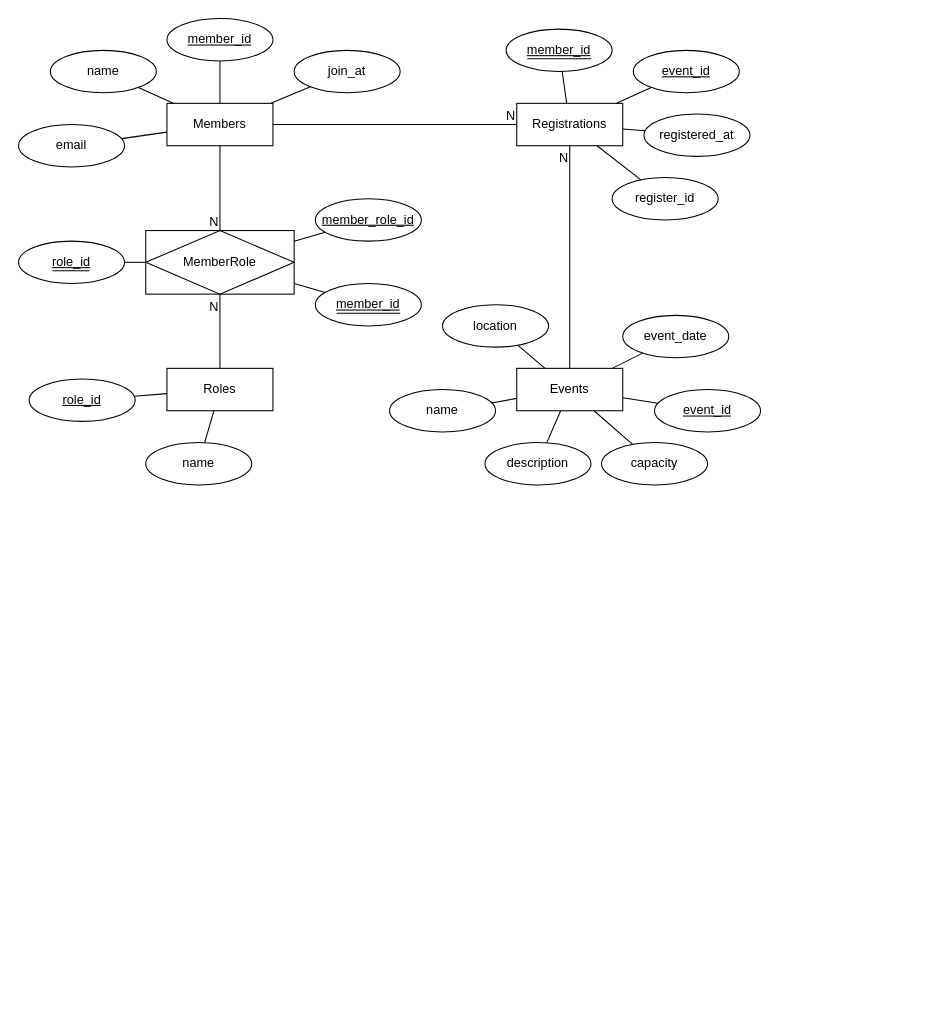
This is kelas teori/TugasAkhir.drawio from hasbisdqi/manajemen-basis-data, a draw.io file, before an edit. Source tidied: cells renumbered, new cells numbered last; positions are measured from the earlier drawing's top-left corner, leaving out a move shared by most shapes. Both pictures are drawn from the tidied source at 106%, with x=0, y=0 at pixel (18, 18).
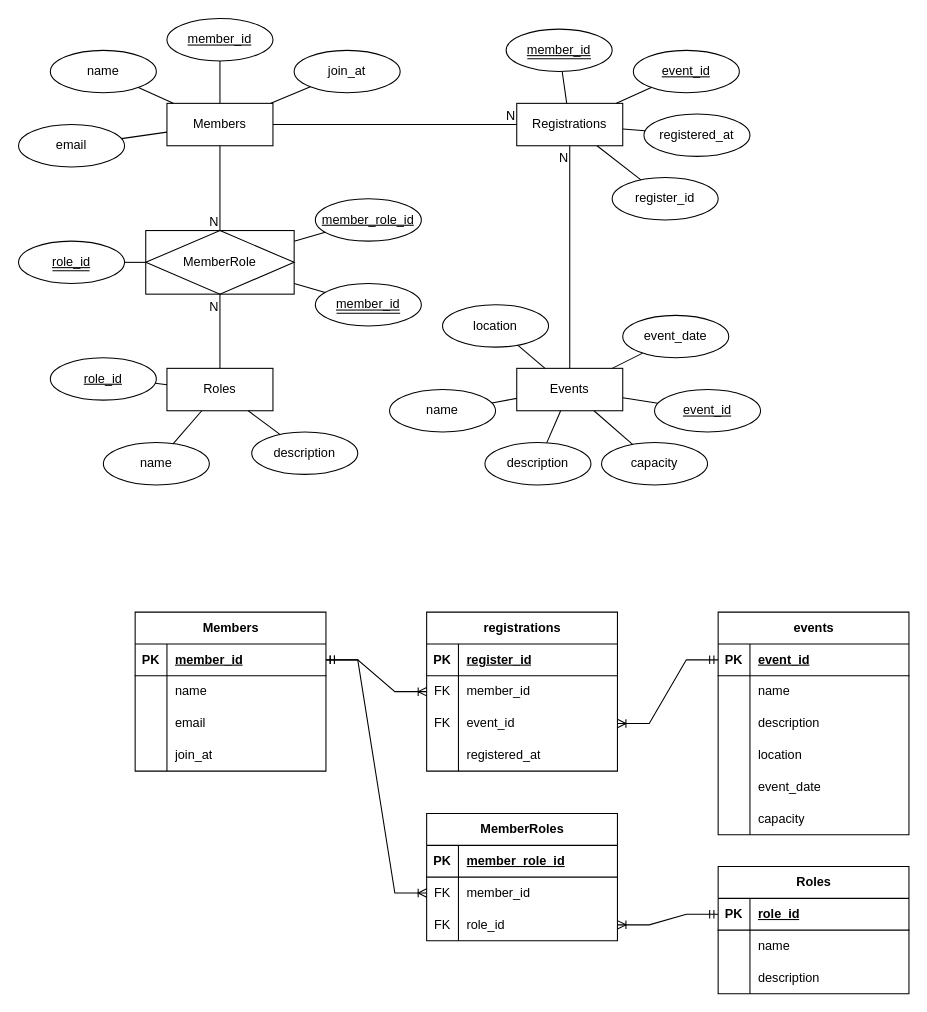
The same page after the edit.

Unchanged cells that the change refers to:
```xml
<mxCell id="4" value="Roles" style="whiteSpace=wrap;html=1;align=center;" parent="1" vertex="1">
  <mxGeometry x="140" y="330" width="100" height="40" as="geometry" />
</mxCell>
```

What changed in the source:
```diff
@@
     <mxCell id="22" value="name" style="ellipse;whiteSpace=wrap;html=1;align=center;" parent="1" vertex="1">
-      <mxGeometry x="120" y="400" width="100" height="40" as="geometry" />
+      <mxGeometry x="80" y="400" width="100" height="40" as="geometry" />
     </mxCell>
     <mxCell id="23" value="&lt;u&gt;role_id&lt;/u&gt;" style="ellipse;whiteSpace=wrap;html=1;align=center;" parent="1" vertex="1">
-      <mxGeometry x="10" y="340" width="100" height="40" as="geometry" />
+      <mxGeometry x="30" y="320" width="100" height="40" as="geometry" />
     </mxCell>
@@
+    <mxCell id="57" value="Members" style="shape=table;startSize=30;childLayout=tableLayout;rowLines=0;fontStyle=1;align=center;html=1;" parent="1" vertex="1">
+      <mxGeometry x="110" y="560" width="180" height="150" as="geometry" />
+    </mxCell>
+    <mxCell id="58" style="shape=tableRow;horizontal=0;startSize=0;swimlaneHead=0;swimlaneBody=0;fillColor=none;points=[[0,0.5],[1,0.5]];portConstraint=eastwest;top=0;left=0;right=0;bottom=1;" parent="57" vertex="1">
+      <mxGeometry y="30" width="180" height="30" as="geometry" />
+    </mxCell>
+    <mxCell id="59" value="PK" style="shape=partialRectangle;fillColor=none;top=0;left=0;bottom=0;right=0;fontStyle=1;overflow=hidden;whiteSpace=wrap;html=1;" parent="58" vertex="1">
+      <mxGeometry width="30" height="30" as="geometry" />
+    </mxCell>
+    <mxCell id="60" value="member_id" style="shape=partialRectangle;fillColor=none;top=0;left=0;bottom=0;right=0;align=left;spacingLeft=6;fontStyle=5;overflow=hidden;whiteSpace=wrap;html=1;" parent="58" vertex="1">
+      <mxGeometry x="30" width="150" height="30" as="geometry" />
+    </mxCell>
+    <mxCell id="61" style="shape=tableRow;horizontal=0;startSize=0;swimlaneHead=0;swimlaneBody=0;fillColor=none;top=0;left=0;right=0;bottom=0;" parent="57" vertex="1">
+      <mxGeometry y="60" width="180" height="30" as="geometry" />
+    </mxCell>
+    <mxCell id="62" style="shape=partialRectangle;fillColor=none;top=0;left=0;bottom=0;right=0;overflow=hidden;whiteSpace=wrap;html=1;" parent="61" vertex="1">
+      <mxGeometry width="30" height="30" as="geometry" />
+    </mxCell>
+    <mxCell id="63" value="name" style="shape=partialRectangle;fillColor=none;top=0;left=0;bottom=0;right=0;align=left;spacingLeft=6;overflow=hidden;whiteSpace=wrap;html=1;" parent="61" vertex="1">
+      <mxGeometry x="30" width="150" height="30" as="geometry" />
+    </mxCell>
+    <mxCell id="64" style="shape=tableRow;horizontal=0;startSize=0;swimlaneHead=0;swimlaneBody=0;fillColor=none;top=0;left=0;right=0;bottom=0;" parent="57" vertex="1">
+      <mxGeometry y="90" width="180" height="30" as="geometry" />
+    </mxCell>
+    <mxCell id="65" style="shape=partialRectangle;fillColor=none;top=0;left=0;bottom=0;right=0;overflow=hidden;whiteSpace=wrap;html=1;" parent="64" vertex="1">
+      <mxGeometry width="30" height="30" as="geometry" />
+    </mxCell>
+    <mxCell id="66" value="email" style="shape=partialRectangle;fillColor=none;top=0;left=0;bottom=0;right=0;align=left;spacingLeft=6;overflow=hidden;whiteSpace=wrap;html=1;" parent="64" vertex="1">
+      <mxGeometry x="30" width="150" height="30" as="geometry" />
+    </mxCell>
+    <mxCell id="67" style="shape=tableRow;horizontal=0;startSize=0;swimlaneHead=0;swimlaneBody=0;fillColor=none;top=0;left=0;right=0;bottom=0;" parent="57" vertex="1">
+      <mxGeometry y="120" width="180" height="30" as="geometry" />
+    </mxCell>
+    <mxCell id="68" style="shape=partialRectangle;fillColor=none;top=0;left=0;bottom=0;right=0;overflow=hidden;whiteSpace=wrap;html=1;" parent="67" vertex="1">
+      <mxGeometry width="30" height="30" as="geometry" />
+    </mxCell>
+    <mxCell id="69" value="join_at" style="shape=partialRectangle;fillColor=none;top=0;left=0;bottom=0;right=0;align=left;spacingLeft=6;overflow=hidden;whiteSpace=wrap;html=1;" parent="67" vertex="1">
+      <mxGeometry x="30" width="150" height="30" as="geometry" />
+    </mxCell>
+    <mxCell id="70" value="events" style="shape=table;startSize=30;childLayout=tableLayout;rowLines=0;fontStyle=1;align=center;html=1;" parent="1" vertex="1">
+      <mxGeometry x="660" y="560" width="180" height="210" as="geometry" />
+    </mxCell>
+    <mxCell id="71" style="shape=tableRow;horizontal=0;startSize=0;swimlaneHead=0;swimlaneBody=0;fillColor=none;points=[[0,0.5],[1,0.5]];portConstraint=eastwest;top=0;left=0;right=0;bottom=1;" parent="70" vertex="1">
+      <mxGeometry y="30" width="180" height="30" as="geometry" />
+    </mxCell>
+    <mxCell id="72" value="PK" style="shape=partialRectangle;fillColor=none;top=0;left=0;bottom=0;right=0;fontStyle=1;overflow=hidden;whiteSpace=wrap;html=1;" parent="71" vertex="1">
+      <mxGeometry width="30" height="30" as="geometry" />
+    </mxCell>
+    <mxCell id="73" value="event_id" style="shape=partialRectangle;fillColor=none;top=0;left=0;bottom=0;right=0;align=left;spacingLeft=6;fontStyle=5;overflow=hidden;whiteSpace=wrap;html=1;" parent="71" vertex="1">
+      <mxGeometry x="30" width="150" height="30" as="geometry" />
+    </mxCell>
+    <mxCell id="74" style="shape=tableRow;horizontal=0;startSize=0;swimlaneHead=0;swimlaneBody=0;fillColor=none;top=0;left=0;right=0;bottom=0;" parent="70" vertex="1">
+      <mxGeometry y="60" width="180" height="30" as="geometry" />
+    </mxCell>
+    <mxCell id="75" style="shape=partialRectangle;fillColor=none;top=0;left=0;bottom=0;right=0;overflow=hidden;whiteSpace=wrap;html=1;" parent="74" vertex="1">
+      <mxGeometry width="30" height="30" as="geometry" />
+    </mxCell>
+    <mxCell id="76" value="name" style="shape=partialRectangle;fillColor=none;top=0;left=0;bottom=0;right=0;align=left;spacingLeft=6;overflow=hidden;whiteSpace=wrap;html=1;" parent="74" vertex="1">
+      <mxGeometry x="30" width="150" height="30" as="geometry" />
+    </mxCell>
+    <mxCell id="77" style="shape=tableRow;horizontal=0;startSize=0;swimlaneHead=0;swimlaneBody=0;fillColor=none;top=0;left=0;right=0;bottom=0;" parent="70" vertex="1">
+      <mxGeometry y="90" width="180" height="30" as="geometry" />
+    </mxCell>
+    <mxCell id="78" style="shape=partialRectangle;fillColor=none;top=0;left=0;bottom=0;right=0;overflow=hidden;whiteSpace=wrap;html=1;" parent="77" vertex="1">
+      <mxGeometry width="30" height="30" as="geometry" />
+    </mxCell>
+    <mxCell id="79" value="description" style="shape=partialRectangle;fillColor=none;top=0;left=0;bottom=0;right=0;align=left;spacingLeft=6;overflow=hidden;whiteSpace=wrap;html=1;" parent="77" vertex="1">
+      <mxGeometry x="30" width="150" height="30" as="geometry" />
+    </mxCell>
+    <mxCell id="80" style="shape=tableRow;horizontal=0;startSize=0;swimlaneHead=0;swimlaneBody=0;fillColor=none;top=0;left=0;right=0;bottom=0;" parent="70" vertex="1">
+      <mxGeometry y="120" width="180" height="30" as="geometry" />
+    </mxCell>
+    <mxCell id="81" style="shape=partialRectangle;fillColor=none;top=0;left=0;bottom=0;right=0;overflow=hidden;whiteSpace=wrap;html=1;" parent="80" vertex="1">
+      <mxGeometry width="30" height="30" as="geometry" />
+    </mxCell>
+    <mxCell id="82" value="location" style="shape=partialRectangle;fillColor=none;top=0;left=0;bottom=0;right=0;align=left;spacingLeft=6;overflow=hidden;whiteSpace=wrap;html=1;" parent="80" vertex="1">
+      <mxGeometry x="30" width="150" height="30" as="geometry" />
+    </mxCell>
+    <mxCell id="83" style="shape=tableRow;horizontal=0;startSize=0;swimlaneHead=0;swimlaneBody=0;fillColor=none;top=0;left=0;right=0;bottom=0;" parent="70" vertex="1">
+      <mxGeometry y="150" width="180" height="30" as="geometry" />
+    </mxCell>
+    <mxCell id="84" style="shape=partialRectangle;fillColor=none;top=0;left=0;bottom=0;right=0;overflow=hidden;whiteSpace=wrap;html=1;" parent="83" vertex="1">
+      <mxGeometry width="30" height="30" as="geometry" />
+    </mxCell>
+    <mxCell id="85" value="event_date" style="shape=partialRectangle;fillColor=none;top=0;left=0;bottom=0;right=0;align=left;spacingLeft=6;overflow=hidden;whiteSpace=wrap;html=1;" parent="83" vertex="1">
+      <mxGeometry x="30" width="150" height="30" as="geometry" />
+    </mxCell>
+    <mxCell id="86" style="shape=tableRow;horizontal=0;startSize=0;swimlaneHead=0;swimlaneBody=0;fillColor=none;top=0;left=0;right=0;bottom=0;" parent="70" vertex="1">
+      <mxGeometry y="180" width="180" height="30" as="geometry" />
+    </mxCell>
+    <mxCell id="87" style="shape=partialRectangle;fillColor=none;top=0;left=0;bottom=0;right=0;overflow=hidden;whiteSpace=wrap;html=1;" parent="86" vertex="1">
+      <mxGeometry width="30" height="30" as="geometry" />
+    </mxCell>
+    <mxCell id="88" value="capacity" style="shape=partialRectangle;fillColor=none;top=0;left=0;bottom=0;right=0;align=left;spacingLeft=6;overflow=hidden;whiteSpace=wrap;html=1;" parent="86" vertex="1">
+      <mxGeometry x="30" width="150" height="30" as="geometry" />
+    </mxCell>
+    <mxCell id="89" value="registrations" style="shape=table;startSize=30;childLayout=tableLayout;rowLines=0;fontStyle=1;align=center;html=1;" parent="1" vertex="1">
+      <mxGeometry x="385" y="560" width="180" height="150" as="geometry" />
+    </mxCell>
+    <mxCell id="90" style="shape=tableRow;horizontal=0;startSize=0;swimlaneHead=0;swimlaneBody=0;fillColor=none;top=0;left=0;right=0;bottom=1;" parent="89" vertex="1">
+      <mxGeometry y="30" width="180" height="30" as="geometry" />
+    </mxCell>
+    <mxCell id="91" value="PK" style="shape=partialRectangle;fillColor=none;top=0;left=0;bottom=0;right=0;fontStyle=1;overflow=hidden;whiteSpace=wrap;html=1;" parent="90" vertex="1">
+      <mxGeometry width="30" height="30" as="geometry" />
+    </mxCell>
+    <mxCell id="92" value="register_id" style="shape=partialRectangle;fillColor=none;top=0;left=0;bottom=0;right=0;align=left;spacingLeft=6;fontStyle=5;overflow=hidden;whiteSpace=wrap;html=1;" parent="90" vertex="1">
+      <mxGeometry x="30" width="150" height="30" as="geometry" />
+    </mxCell>
+    <mxCell id="93" style="shape=tableRow;horizontal=0;startSize=0;swimlaneHead=0;swimlaneBody=0;fillColor=none;points=[[0,0.5],[1,0.5]];portConstraint=eastwest;top=0;left=0;right=0;bottom=0;" parent="89" vertex="1">
+      <mxGeometry y="60" width="180" height="30" as="geometry" />
+    </mxCell>
+    <mxCell id="94" value="FK" style="shape=partialRectangle;fillColor=none;top=0;left=0;bottom=0;right=0;overflow=hidden;whiteSpace=wrap;html=1;" parent="93" vertex="1">
+      <mxGeometry width="30" height="30" as="geometry" />
+    </mxCell>
+    <mxCell id="95" value="member_id" style="shape=partialRectangle;fillColor=none;top=0;left=0;bottom=0;right=0;align=left;spacingLeft=6;overflow=hidden;whiteSpace=wrap;html=1;" parent="93" vertex="1">
+      <mxGeometry x="30" width="150" height="30" as="geometry" />
+    </mxCell>
+    <mxCell id="96" style="shape=tableRow;horizontal=0;startSize=0;swimlaneHead=0;swimlaneBody=0;fillColor=none;points=[[0,0.5],[1,0.5]];portConstraint=eastwest;top=0;left=0;right=0;bottom=0;" parent="89" vertex="1">
+      <mxGeometry y="90" width="180" height="30" as="geometry" />
+    </mxCell>
+    <mxCell id="97" value="FK" style="shape=partialRectangle;fillColor=none;top=0;left=0;bottom=0;right=0;overflow=hidden;whiteSpace=wrap;html=1;" parent="96" vertex="1">
+      <mxGeometry width="30" height="30" as="geometry" />
+    </mxCell>
+    <mxCell id="98" value="event_id" style="shape=partialRectangle;fillColor=none;top=0;left=0;bottom=0;right=0;align=left;spacingLeft=6;overflow=hidden;whiteSpace=wrap;html=1;" parent="96" vertex="1">
+      <mxGeometry x="30" width="150" height="30" as="geometry" />
+    </mxCell>
+    <mxCell id="99" style="shape=tableRow;horizontal=0;startSize=0;swimlaneHead=0;swimlaneBody=0;fillColor=none;top=0;left=0;right=0;bottom=0;" parent="89" vertex="1">
+      <mxGeometry y="120" width="180" height="30" as="geometry" />
+    </mxCell>
+    <mxCell id="100" style="shape=partialRectangle;fillColor=none;top=0;left=0;bottom=0;right=0;overflow=hidden;whiteSpace=wrap;html=1;" parent="99" vertex="1">
+      <mxGeometry width="30" height="30" as="geometry" />
+    </mxCell>
+    <mxCell id="101" value="registered_at" style="shape=partialRectangle;fillColor=none;top=0;left=0;bottom=0;right=0;align=left;spacingLeft=6;overflow=hidden;whiteSpace=wrap;html=1;" parent="99" vertex="1">
+      <mxGeometry x="30" width="150" height="30" as="geometry" />
+    </mxCell>
+    <mxCell id="102" value="Roles" style="shape=table;startSize=30;childLayout=tableLayout;rowLines=0;fontStyle=1;align=center;html=1;" parent="1" vertex="1">
+      <mxGeometry x="660" y="800" width="180" height="120" as="geometry" />
+    </mxCell>
+    <mxCell id="103" style="shape=tableRow;horizontal=0;startSize=0;swimlaneHead=0;swimlaneBody=0;fillColor=none;points=[[0,0.5],[1,0.5]];portConstraint=eastwest;top=0;left=0;right=0;bottom=1;" parent="102" vertex="1">
+      <mxGeometry y="30" width="180" height="30" as="geometry" />
+    </mxCell>
+    <mxCell id="104" value="PK" style="shape=partialRectangle;fillColor=none;top=0;left=0;bottom=0;right=0;fontStyle=1;overflow=hidden;whiteSpace=wrap;html=1;" parent="103" vertex="1">
+      <mxGeometry width="30" height="30" as="geometry" />
+    </mxCell>
+    <mxCell id="105" value="role_id" style="shape=partialRectangle;fillColor=none;top=0;left=0;bottom=0;right=0;align=left;spacingLeft=6;fontStyle=5;overflow=hidden;whiteSpace=wrap;html=1;" parent="103" vertex="1">
+      <mxGeometry x="30" width="150" height="30" as="geometry" />
+    </mxCell>
+    <mxCell id="106" style="shape=tableRow;horizontal=0;startSize=0;swimlaneHead=0;swimlaneBody=0;fillColor=none;top=0;left=0;right=0;bottom=0;" parent="102" vertex="1">
+      <mxGeometry y="60" width="180" height="30" as="geometry" />
+    </mxCell>
+    <mxCell id="107" style="shape=partialRectangle;fillColor=none;top=0;left=0;bottom=0;right=0;overflow=hidden;whiteSpace=wrap;html=1;" parent="106" vertex="1">
+      <mxGeometry width="30" height="30" as="geometry" />
+    </mxCell>
+    <mxCell id="108" value="name" style="shape=partialRectangle;fillColor=none;top=0;left=0;bottom=0;right=0;align=left;spacingLeft=6;overflow=hidden;whiteSpace=wrap;html=1;" parent="106" vertex="1">
+      <mxGeometry x="30" width="150" height="30" as="geometry" />
+    </mxCell>
+    <mxCell id="109" style="shape=tableRow;horizontal=0;startSize=0;swimlaneHead=0;swimlaneBody=0;fillColor=none;top=0;left=0;right=0;bottom=0;" parent="102" vertex="1">
+      <mxGeometry y="90" width="180" height="30" as="geometry" />
+    </mxCell>
+    <mxCell id="110" style="shape=partialRectangle;fillColor=none;top=0;left=0;bottom=0;right=0;overflow=hidden;whiteSpace=wrap;html=1;" parent="109" vertex="1">
+      <mxGeometry width="30" height="30" as="geometry" />
+    </mxCell>
+    <mxCell id="111" value="description" style="shape=partialRectangle;fillColor=none;top=0;left=0;bottom=0;right=0;align=left;spacingLeft=6;overflow=hidden;whiteSpace=wrap;html=1;" parent="109" vertex="1">
+      <mxGeometry x="30" width="150" height="30" as="geometry" />
+    </mxCell>
+    <mxCell id="112" value="description" style="ellipse;whiteSpace=wrap;html=1;align=center;" parent="1" vertex="1">
+      <mxGeometry x="220" y="390" width="100" height="40" as="geometry" />
+    </mxCell>
+    <mxCell id="113" style="endArrow=none;html=1;rounded=0;" parent="1" edge="1" source="112" target="4">
+      <mxGeometry relative="1" as="geometry" />
+    </mxCell>
+    <mxCell id="114" value="MemberRoles" style="shape=table;startSize=30;childLayout=tableLayout;rowLines=0;fontStyle=1;align=center;html=1;" parent="1" vertex="1">
+      <mxGeometry x="385" y="750" width="180" height="120" as="geometry" />
+    </mxCell>
+    <mxCell id="115" style="shape=tableRow;horizontal=0;startSize=0;swimlaneHead=0;swimlaneBody=0;fillColor=none;top=0;left=0;right=0;bottom=1;" parent="114" vertex="1">
+      <mxGeometry y="30" width="180" height="30" as="geometry" />
+    </mxCell>
+    <mxCell id="116" value="PK" style="shape=partialRectangle;fillColor=none;top=0;left=0;bottom=0;right=0;fontStyle=1;overflow=hidden;whiteSpace=wrap;html=1;" parent="115" vertex="1">
+      <mxGeometry width="30" height="30" as="geometry" />
+    </mxCell>
+    <mxCell id="117" value="member_role_id" style="shape=partialRectangle;fillColor=none;top=0;left=0;bottom=0;right=0;align=left;spacingLeft=6;fontStyle=5;overflow=hidden;whiteSpace=wrap;html=1;" parent="115" vertex="1">
+      <mxGeometry x="30" width="150" height="30" as="geometry" />
+    </mxCell>
+    <mxCell id="118" style="shape=tableRow;horizontal=0;startSize=0;swimlaneHead=0;swimlaneBody=0;fillColor=none;points=[[0,0.5],[1,0.5]];portConstraint=eastwest;top=0;left=0;right=0;bottom=0;" parent="114" vertex="1">
+      <mxGeometry y="60" width="180" height="30" as="geometry" />
+    </mxCell>
+    <mxCell id="119" value="FK" style="shape=partialRectangle;fillColor=none;top=0;left=0;bottom=0;right=0;overflow=hidden;whiteSpace=wrap;html=1;" parent="118" vertex="1">
+      <mxGeometry width="30" height="30" as="geometry" />
+    </mxCell>
+    <mxCell id="120" value="member_id" style="shape=partialRectangle;fillColor=none;top=0;left=0;bottom=0;right=0;align=left;spacingLeft=6;overflow=hidden;whiteSpace=wrap;html=1;" parent="118" vertex="1">
+      <mxGeometry x="30" width="150" height="30" as="geometry" />
+    </mxCell>
+    <mxCell id="121" style="shape=tableRow;horizontal=0;startSize=0;swimlaneHead=0;swimlaneBody=0;fillColor=none;points=[[0,0.5],[1,0.5]];portConstraint=eastwest;top=0;left=0;right=0;bottom=0;" parent="114" vertex="1">
+      <mxGeometry y="90" width="180" height="30" as="geometry" />
+    </mxCell>
+    <mxCell id="122" value="FK" style="shape=partialRectangle;fillColor=none;top=0;left=0;bottom=0;right=0;overflow=hidden;whiteSpace=wrap;html=1;" parent="121" vertex="1">
+      <mxGeometry width="30" height="30" as="geometry" />
+    </mxCell>
+    <mxCell id="123" value="role_id" style="shape=partialRectangle;fillColor=none;top=0;left=0;bottom=0;right=0;align=left;spacingLeft=6;overflow=hidden;whiteSpace=wrap;html=1;" parent="121" vertex="1">
+      <mxGeometry x="30" width="150" height="30" as="geometry" />
+    </mxCell>
+    <mxCell id="124" style="edgeStyle=entityRelationEdgeStyle;fontSize=12;html=1;endArrow=ERoneToMany;startArrow=ERmandOne;rounded=0;" parent="1" edge="1" source="58" target="93">
+      <mxGeometry relative="1" as="geometry" />
+    </mxCell>
+    <mxCell id="125" style="edgeStyle=entityRelationEdgeStyle;fontSize=12;html=1;endArrow=ERoneToMany;startArrow=ERmandOne;rounded=0;" parent="1" edge="1" source="71" target="96">
+      <mxGeometry relative="1" as="geometry" />
+    </mxCell>
+    <mxCell id="126" style="edgeStyle=entityRelationEdgeStyle;fontSize=12;html=1;endArrow=ERoneToMany;startArrow=ERmandOne;rounded=0;" parent="1" edge="1" source="58" target="118">
+      <mxGeometry relative="1" as="geometry" />
+    </mxCell>
+    <mxCell id="127" style="edgeStyle=entityRelationEdgeStyle;fontSize=12;html=1;endArrow=ERoneToMany;startArrow=ERmandOne;rounded=0;" parent="1" edge="1" source="103" target="121">
+      <mxGeometry relative="1" as="geometry" />
+    </mxCell>
```
